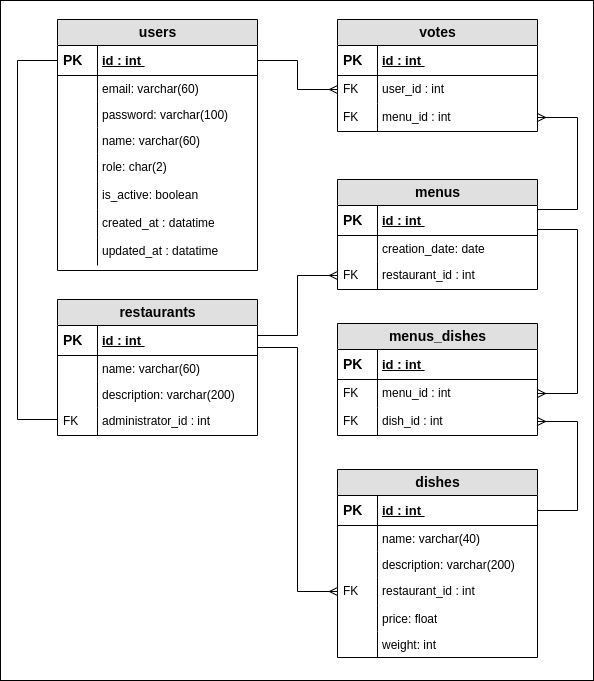
VitaliiPysyniuk/WTGT keeps this draw.io diagram as wtgt_database.png. Above is the earlier version. Source tidied: cells renumbered, new cells last; positions are measured from the earlier drawing's top-left corner, leaving out a move shared by most shapes.
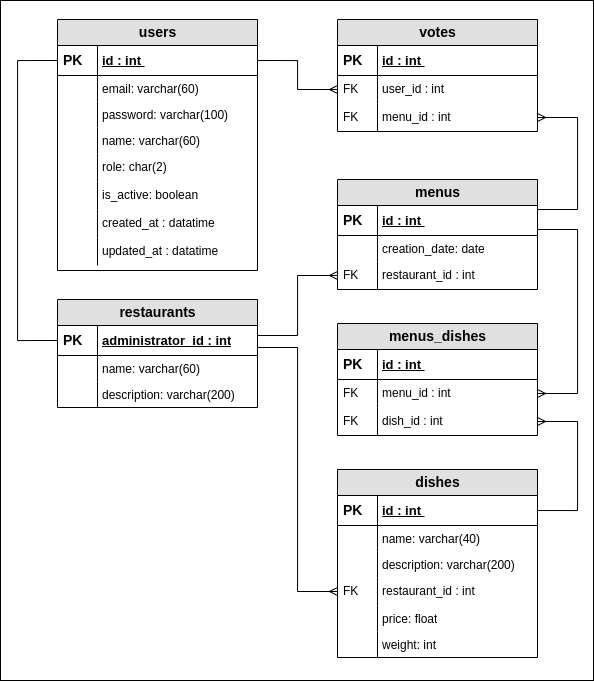
After the commit.

Commit message:
Update database scheme picture

What changed in the source:
```diff
@@ -54,9 +54,9 @@
       <mxGeometry width="40" height="28" as="geometry" />
     </mxCell>
     <mxCell id="19" value="&lt;font face=&quot;Helvetica&quot;&gt;&lt;b&gt;restaurants&lt;/b&gt;&lt;/font&gt;" style="swimlane;html=1;fontStyle=0;horizontal=1;startSize=26;fillColor=#e0e0e0;swimlaneFillColor=#ffffff;align=center;rounded=0;shadow=0;comic=0;labelBackgroundColor=none;strokeWidth=1;fontFamily=Verdana;fontSize=14;swimlaneLine=1;" parent="1" vertex="1">
-      <mxGeometry x="57" y="299" width="200" height="136" as="geometry" />
+      <mxGeometry x="57" y="299" width="200" height="108" as="geometry" />
     </mxCell>
-    <mxCell id="20" value="&lt;font style=&quot;font-size: 13px&quot;&gt;id : int&amp;nbsp;&lt;/font&gt;" style="shape=partialRectangle;top=0;left=0;right=0;bottom=1;html=1;align=left;verticalAlign=middle;fillColor=none;spacingLeft=43;spacingRight=4;whiteSpace=wrap;overflow=hidden;points=[[0,0.5],[1,0.5]];portConstraint=eastwest;fontStyle=5;" parent="19" vertex="1">
+    <mxCell id="20" value="&lt;font style=&quot;font-size: 13px;&quot;&gt;administrator_id&amp;nbsp;: int&lt;/font&gt;" style="shape=partialRectangle;top=0;left=0;right=0;bottom=1;html=1;align=left;verticalAlign=middle;fillColor=none;spacingLeft=43;spacingRight=4;whiteSpace=wrap;overflow=hidden;points=[[0,0.5],[1,0.5]];portConstraint=eastwest;fontStyle=5;" parent="19" vertex="1">
       <mxGeometry y="26" width="200" height="30" as="geometry" />
     </mxCell>
     <mxCell id="21" value="&lt;b&gt;&lt;font style=&quot;font-size: 14px&quot;&gt;PK&lt;/font&gt;&lt;/b&gt;" style="shape=partialRectangle;top=0;left=0;bottom=0;html=1;fillColor=none;align=left;verticalAlign=middle;spacingLeft=4;spacingRight=4;whiteSpace=wrap;overflow=hidden;" parent="20" vertex="1">
@@ -74,12 +74,6 @@
     <mxCell id="25" style="shape=partialRectangle;top=0;left=0;bottom=0;html=1;fillColor=none;align=left;verticalAlign=top;spacingLeft=4;spacingRight=4;whiteSpace=wrap;overflow=hidden;" parent="24" vertex="1">
       <mxGeometry width="40" height="26" as="geometry" />
     </mxCell>
-    <mxCell id="26" value="administrator_id&amp;nbsp;: int" style="shape=partialRectangle;top=0;left=0;right=0;bottom=0;html=1;align=left;verticalAlign=top;fillColor=none;spacingLeft=43;spacingRight=4;whiteSpace=wrap;overflow=hidden;points=[[0,0.5],[1,0.5]];portConstraint=eastwest;" parent="19" vertex="1">
-      <mxGeometry y="108" width="200" height="28" as="geometry" />
-    </mxCell>
-    <mxCell id="27" value="FK" style="shape=partialRectangle;top=0;left=0;bottom=0;html=1;fillColor=none;align=left;verticalAlign=top;spacingLeft=4;spacingRight=4;whiteSpace=wrap;overflow=hidden;" parent="26" vertex="1">
-      <mxGeometry width="40" height="28" as="geometry" />
-    </mxCell>
     <mxCell id="28" value="&lt;font face=&quot;Helvetica&quot;&gt;&lt;b&gt;menus&lt;/b&gt;&lt;/font&gt;" style="swimlane;html=1;fontStyle=0;horizontal=1;startSize=26;fillColor=#e0e0e0;swimlaneFillColor=#ffffff;align=center;rounded=0;shadow=0;comic=0;labelBackgroundColor=none;strokeWidth=1;fontFamily=Verdana;fontSize=14;swimlaneLine=1;" parent="1" vertex="1">
       <mxGeometry x="337" y="179" width="200" height="110" as="geometry" />
     </mxCell>
@@ -149,11 +143,12 @@
         </Array>
       </mxGeometry>
     </mxCell>
-    <mxCell id="49" style="edgeStyle=orthogonalEdgeStyle;rounded=0;jettySize=auto;html=1;exitX=0;exitY=0.5;exitDx=0;exitDy=0;entryX=0;entryY=0.5;entryDx=0;entryDy=0;startArrow=none;startFill=0;endArrow=none;endFill=0;" parent="1" edge="1" source="26" target="3">
+    <mxCell id="49" style="edgeStyle=orthogonalEdgeStyle;rounded=0;jettySize=auto;html=1;entryX=0;entryY=0.5;entryDx=0;entryDy=0;startArrow=none;startFill=0;endArrow=none;endFill=0;" parent="1" edge="1" target="3">
       <mxGeometry relative="1" as="geometry">
+        <mxPoint x="57" y="340" as="sourcePoint" />
         <Array as="points">
-          <mxPoint x="57" y="419" />
-          <mxPoint x="17" y="419" />
+          <mxPoint x="57" y="340" />
+          <mxPoint x="17" y="340" />
           <mxPoint x="17" y="60" />
         </Array>
       </mxGeometry>
```
